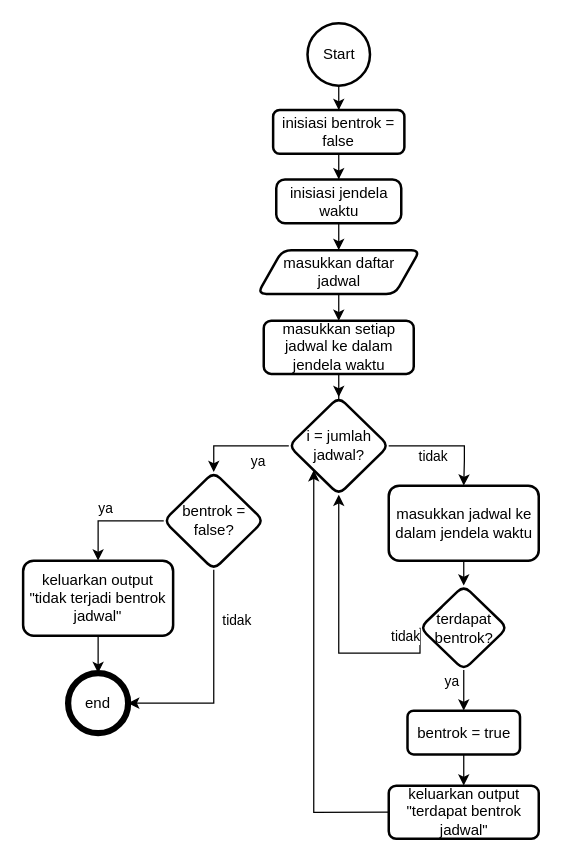
Above: diagram/Diagram Alur Algoritma Schedule Spread Base.drawio in putra443/perangkat-lunak-simulasi-frs (draw.io), before the change. Source tidied: cells renumbered, new cells numbered last; positions are measured from the earlier drawing's top-left corner, leaving out a move shared by most shapes. Both pictures are drawn from the tidied source at 125%, with x=0, y=0 at pixel (22, 22).
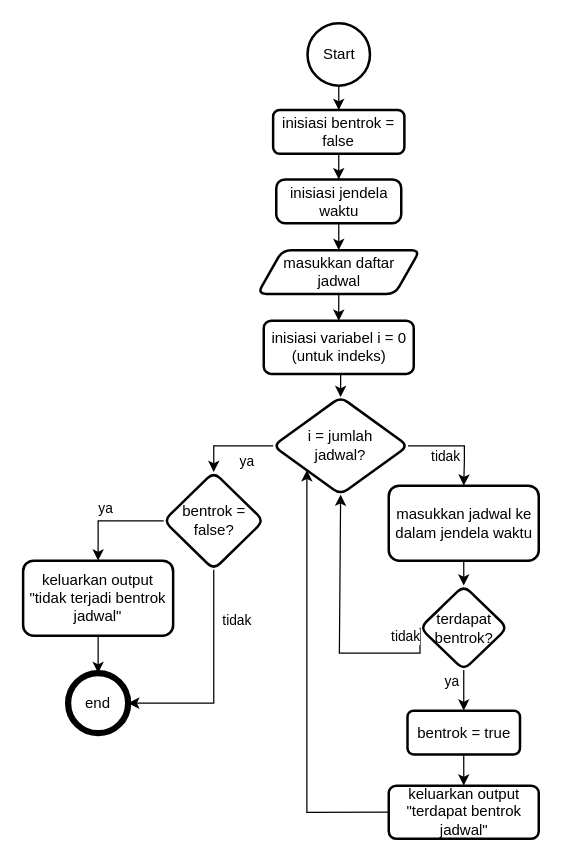
After the change.

The edit, as a diff of the source:
```diff
@@
-    <mxCell id="8" style="edgeStyle=orthogonalEdgeStyle;rounded=0;jettySize=auto;html=1;" parent="1" edge="1" source="9" target="14">
+    <mxCell id="8" style="edgeStyle=orthogonalEdgeStyle;rounded=0;jettySize=auto;html=1;exitX=0.5;exitY=1;exitDx=0;exitDy=0;entryX=0.5;entryY=0;entryDx=0;entryDy=0;" parent="1" edge="1" source="9" target="14">
       <mxGeometry relative="1" as="geometry" />
     </mxCell>
-    <mxCell id="9" value="masukkan setiap jadwal ke dalam jendela waktu" style="whiteSpace=wrap;html=1;rounded=1;arcSize=14;strokeWidth=2;" parent="1" vertex="1">
+    <mxCell id="9" value="inisiasi variabel i = 0&lt;br&gt;(untuk indeks)" style="whiteSpace=wrap;html=1;rounded=1;arcSize=14;strokeWidth=2;" parent="1" vertex="1">
       <mxGeometry x="192.5" y="238.1" width="120" height="42.5" as="geometry" />
     </mxCell>
@@
     <mxCell id="14" value="i = jumlah&lt;br&gt;jadwal?" style="rhombus;whiteSpace=wrap;html=1;rounded=1;arcSize=14;strokeWidth=2;" parent="1" vertex="1">
-      <mxGeometry x="212.5" y="299.1" width="80" height="78.1" as="geometry" />
+      <mxGeometry x="200" y="299.1" width="108" height="78.1" as="geometry" />
     </mxCell>
```
